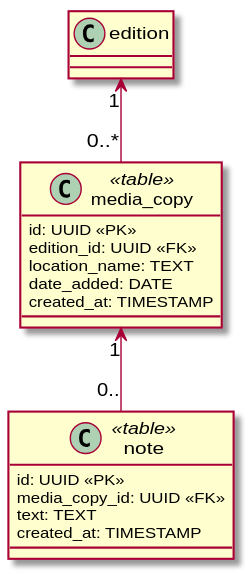
Before: docs/diagrams/data/media_copy.data.svg, a diagram exported from PlantUML (yantue/colleq). The source it was exported from:
```plantuml
@startuml
skinparam classAttributeIconSize 0

class media_copy <<table>> {
    id: UUID <<PK>>
    edition_id: UUID <<FK>>
    location_name: TEXT
    date_added: DATE
    created_at: TIMESTAMP
}

class note <<table>> {
    id: UUID <<PK>>
    media_copy_id: UUID <<FK>>
    text: TEXT
    created_at: TIMESTAMP
}

media_copy "1" <-- "0.." note

edition "1" <-- "0..*" media_copy

@enduml
```
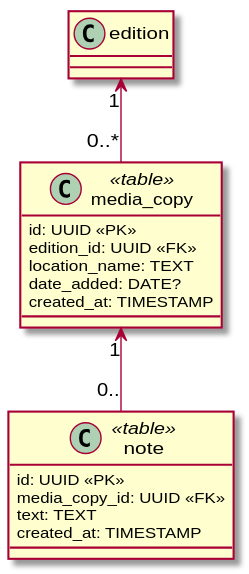
After the commit.

What changed in the source:
```diff
@@ -5,7 +5,7 @@
     id: UUID <<PK>>
     edition_id: UUID <<FK>>
     location_name: TEXT
-    date_added: DATE
+    date_added: DATE?
     created_at: TIMESTAMP
 }
 
```
